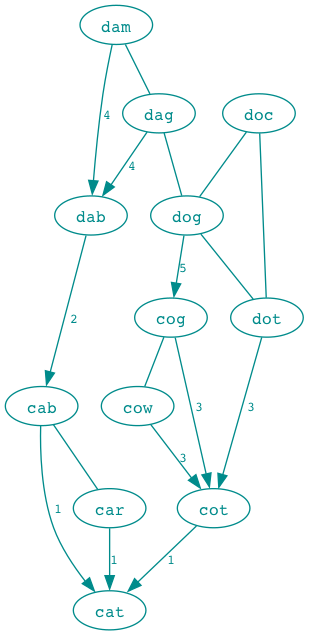
This is word-ladder/src/images/example-with-label.png from ToF-/CodeKatas, a Graphviz export, as it was before one commit. Its source is kept beside it as word-ladder/src/example-with-label.gv.
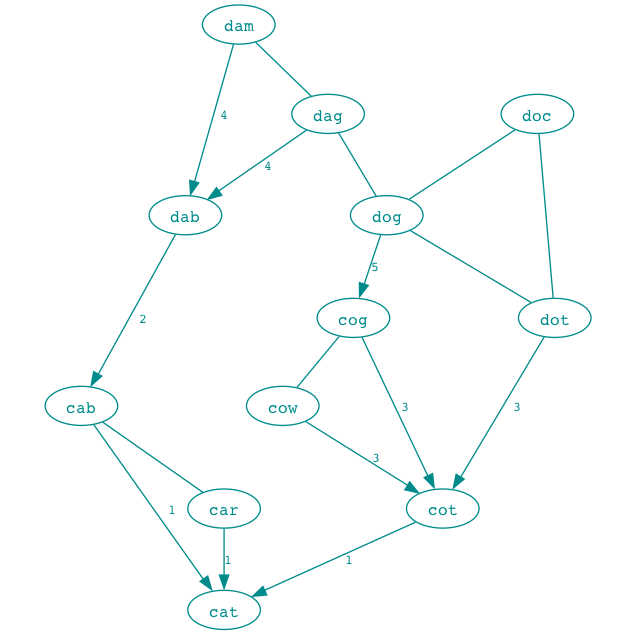
The same file after the commit.

Diff of the diagram source:
```diff
@@ -1,4 +1,5 @@
 strict digraph example_with_labels {
+    ratio=1
     node [colorscheme="SVG",width=0.5,height=0.2,shape = ellipse,fontcolor="darkcyan",fontsize=12,fontname="Courier",color="darkcyan"];
     edge [colorscheme="SVG",color="darkcyan",fontcolor="darkcyan",fontsize=10,fontname="Courier"];
     cab -> { cat } [label="1"];
```
